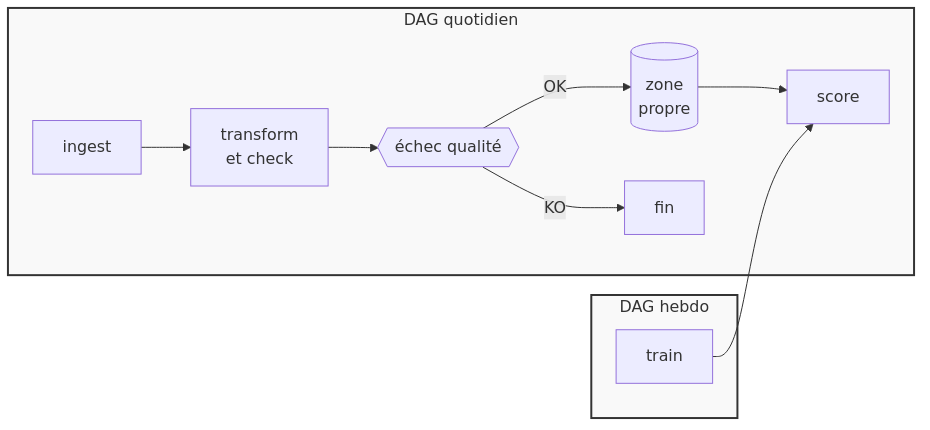
KinSushi/reviewpulse-pipeline keeps this Mermaid diagram as docs/diagrams/png/03_dag_airflow.png. Above is the earlier version. Its source is kept beside it as docs/diagrams/src/03_dag_airflow.mmd. Source of this version:
```mermaid
flowchart LR
  subgraph daily["DAG quotidien"]
    I[ingest] --> T[transform<br/>et check] --> Q{{"échec qualité"}}
    Q -->|OK| C[(zone<br/>propre)]
    Q -->|KO| X[fin]
    C --> S[score]
  end
  subgraph weekly["DAG hebdo"]
    T2[train] --> S
  end
  classDef dag fill:#f9f9f9,stroke:#333,stroke-width:2px;
  class daily,weekly dag
```
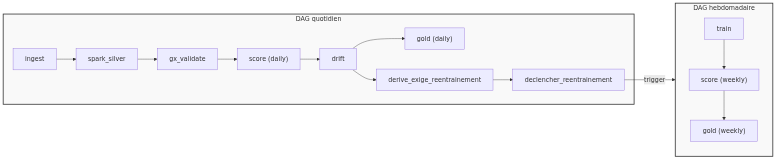
Above is the later version.

What changed in the source:
```diff
@@ -1,12 +1,14 @@
 flowchart LR
   subgraph daily["DAG quotidien"]
-    I[ingest] --> T[transform<br/>et check] --> Q{{"échec qualité"}}
-    Q -->|OK| C[(zone<br/>propre)]
-    Q -->|KO| X[fin]
-    C --> S[score]
+    I[ingest] --> SP[spark_silver] --> GX[gx_validate] --> SCd["score (daily)"] --> DR[drift] --> Gd_daily["gold (daily)"]
+    DR --> DE[derive_exige_reentrainement] --> TR[declencher_reentrainement]
   end
-  subgraph weekly["DAG hebdo"]
-    T2[train] --> S
+
+  subgraph weekly["DAG hebdomadaire"]
+    TRN[train] --> SCw["score (weekly)"] --> Gd_weekly["gold (weekly)"]
   end
+
+  TR -->|trigger| weekly
+
   classDef dag fill:#f9f9f9,stroke:#333,stroke-width:2px;
   class daily,weekly dag
```
